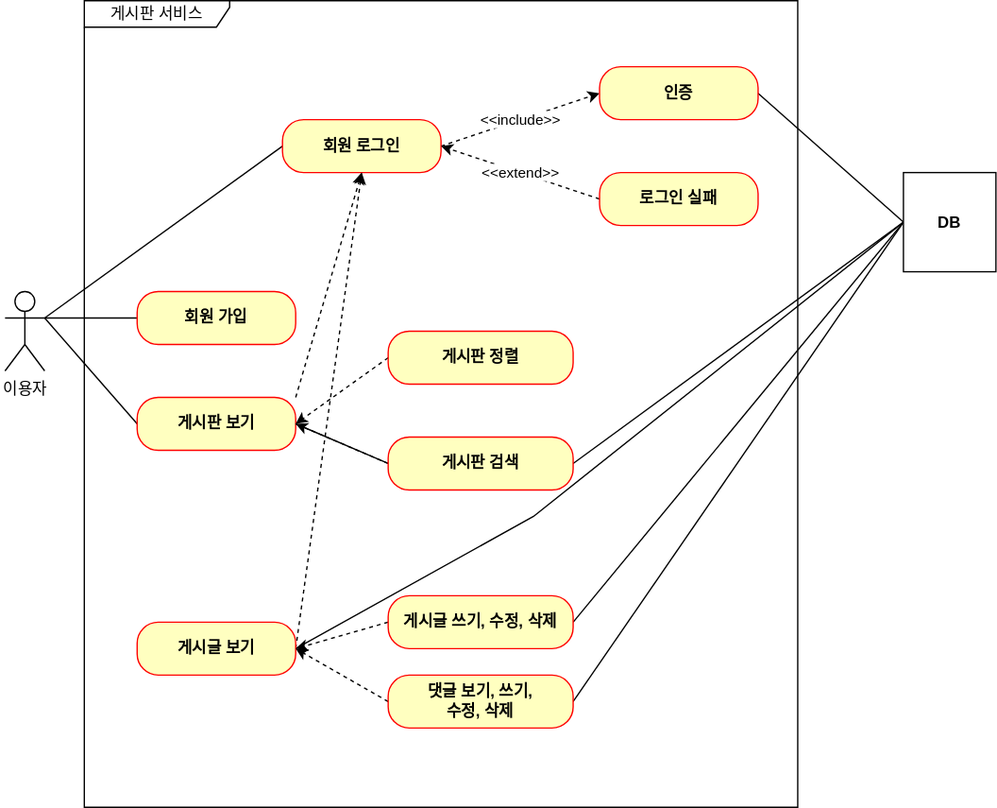
This is document/use-case.svg from NCookies/fastcampus-project-board, a draw.io export, as it was before one commit. Source tidied: cells renumbered, new cells last; positions are measured from the earlier drawing's top-left corner, leaving out a move shared by most shapes.
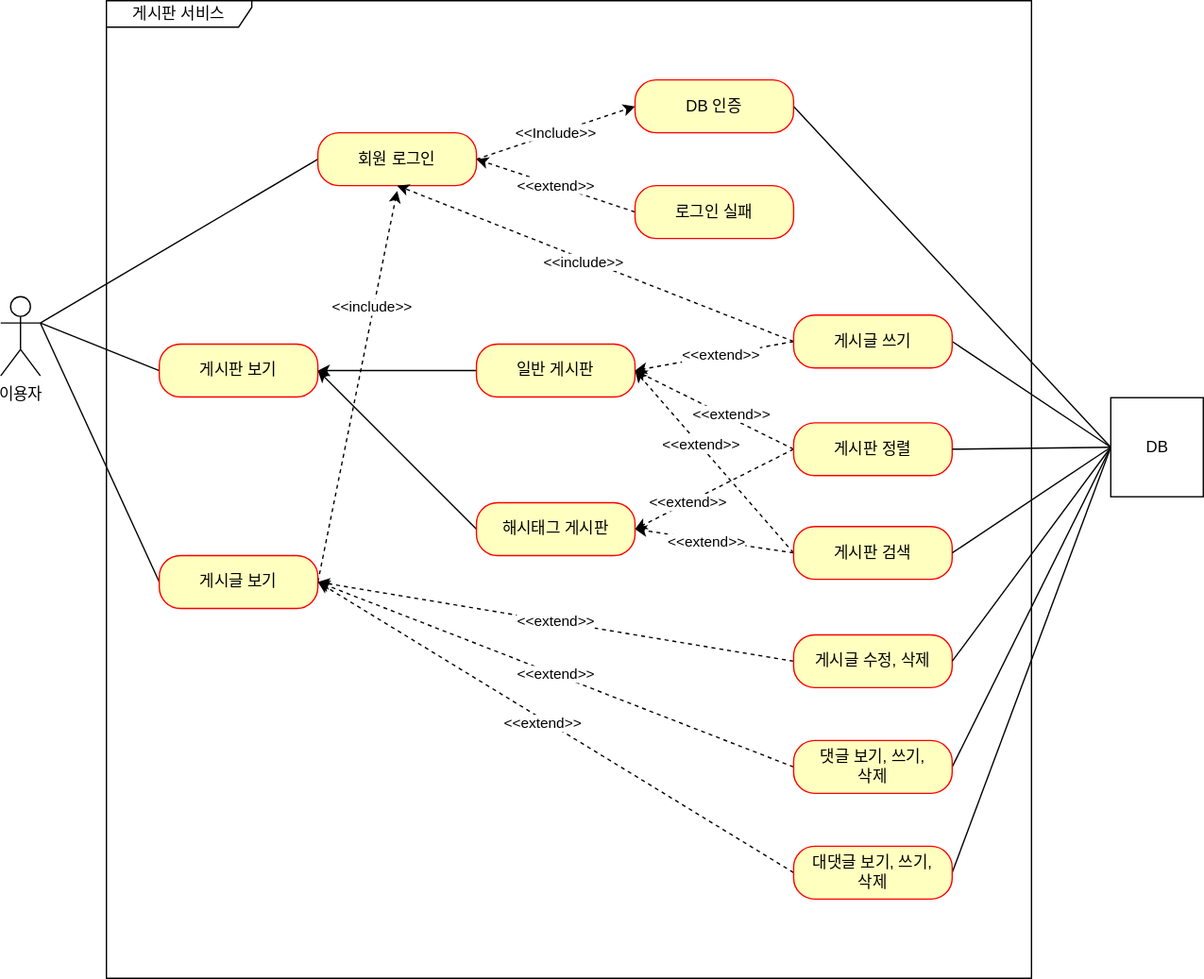
After the change.

Commit message:
#62 - use-case.svg: 현재 서비스 상황에 맞춰 업데이트

What changed in the source:
```diff
@@ -2,99 +2,165 @@
   <root>
     <mxCell id="0" />
     <mxCell id="1" parent="0" />
-    <mxCell id="2" value="이용자&lt;br&gt;" style="shape=umlActor;verticalLabelPosition=bottom;verticalAlign=top;html=1;" parent="1" vertex="1">
-      <mxGeometry y="220" width="30" height="60" as="geometry" />
+    <mxCell id="2" value="이용자" style="shape=umlActor;verticalLabelPosition=bottom;verticalAlign=top;html=1;" parent="1" vertex="1">
+      <mxGeometry y="1364" width="30" height="60" as="geometry" />
     </mxCell>
     <mxCell id="3" value="게시판 서비스" style="shape=umlFrame;whiteSpace=wrap;html=1;width=110;height=20;" parent="1" vertex="1">
-      <mxGeometry x="60" width="540" height="610" as="geometry" />
+      <mxGeometry x="80" y="1140" width="700" height="740" as="geometry" />
     </mxCell>
-    <mxCell id="4" style="rounded=0;jettySize=auto;html=1;entryX=1;entryY=0.3333333333333333;entryDx=0;entryDy=0;entryPerimeter=0;endArrow=none;endFill=0;" parent="1" edge="1" source="5" target="2">
-      <mxGeometry relative="1" as="geometry" />
-    </mxCell>
-    <mxCell id="5" value="회원 가입" style="rounded=1;whiteSpace=wrap;html=1;arcSize=40;fontColor=#000000;fillColor=#ffffc0;strokeColor=#ff0000;fontStyle=1;" parent="1" vertex="1">
-      <mxGeometry x="100" y="220" width="120" height="40" as="geometry" />
-    </mxCell>
+    <mxCell id="32" style="rounded=0;jettySize=auto;html=1;exitX=0;exitY=0.5;exitDx=0;exitDy=0;entryX=1;entryY=0.5;entryDx=0;entryDy=0;" parent="1" edge="1" source="33" target="9">
+      <mxGeometry relative="1" as="geometry" />
+    </mxCell>
+    <mxCell id="33" value="일반 게시판" style="rounded=1;whiteSpace=wrap;html=1;arcSize=40;fontColor=#000000;fillColor=#ffffc0;strokeColor=#ff0000;" parent="1" vertex="1">
+      <mxGeometry x="360" y="1400" width="120" height="40" as="geometry" />
+    </mxCell>
-    <mxCell id="6" style="rounded=0;jettySize=auto;html=1;exitX=0;exitY=0.5;exitDx=0;exitDy=0;entryX=1;entryY=0.3333333333333333;entryDx=0;entryDy=0;entryPerimeter=0;endArrow=none;endFill=0;" parent="1" edge="1" source="9" target="2">
+    <mxCell id="6" style="edgeStyle=none;rounded=0;jettySize=auto;html=1;exitX=0;exitY=0.5;exitDx=0;exitDy=0;entryX=1;entryY=0.3333333333333333;entryDx=0;entryDy=0;entryPerimeter=0;endArrow=none;endFill=0;" parent="1" edge="1" source="9" target="2">
       <mxGeometry relative="1" as="geometry" />
     </mxCell>
-    <mxCell id="7" style="rounded=0;jettySize=auto;html=1;exitX=1;exitY=0;exitDx=0;exitDy=0;entryX=0.5;entryY=1;entryDx=0;entryDy=0;dashed=1;" parent="1" edge="1" source="9" target="12">
-      <mxGeometry relative="1" as="geometry" />
-    </mxCell>
-    <mxCell id="8" style="rounded=0;jettySize=auto;html=1;exitX=1;exitY=0.5;exitDx=0;exitDy=0;entryX=0;entryY=0.5;entryDx=0;entryDy=0;endArrow=none;endFill=0;" parent="1" edge="1" source="31" target="29">
-      <mxGeometry relative="1" as="geometry" />
-    </mxCell>
-    <mxCell id="9" value="게시판 보기" style="rounded=1;whiteSpace=wrap;html=1;arcSize=40;fontColor=#000000;fillColor=#ffffc0;strokeColor=#ff0000;fontStyle=1;" parent="1" vertex="1">
-      <mxGeometry x="100" y="300" width="120" height="40" as="geometry" />
+    <mxCell id="9" value="게시판 보기" style="rounded=1;whiteSpace=wrap;html=1;arcSize=40;fontColor=#000000;fillColor=#ffffc0;strokeColor=#ff0000;" parent="1" vertex="1">
+      <mxGeometry x="120" y="1400" width="120" height="40" as="geometry" />
     </mxCell>
-    <mxCell id="10" style="rounded=0;jettySize=auto;html=1;exitX=0;exitY=0.5;exitDx=0;exitDy=0;entryX=1;entryY=0.3333333333333333;entryDx=0;entryDy=0;entryPerimeter=0;endArrow=none;endFill=0;" parent="1" edge="1" source="12" target="2">
-      <mxGeometry relative="1" as="geometry" />
-    </mxCell>
-    <mxCell id="11" value="&amp;lt;&amp;lt;include&amp;gt;&amp;gt;" style="rounded=0;jettySize=auto;html=1;exitX=1;exitY=0.5;exitDx=0;exitDy=0;entryX=0;entryY=0.5;entryDx=0;entryDy=0;dashed=1;" parent="1" edge="1" source="12" target="20">
-      <mxGeometry relative="1" as="geometry" />
-    </mxCell>
+    <mxCell id="34" style="edgeStyle=none;rounded=0;jettySize=auto;html=1;exitX=0;exitY=0.5;exitDx=0;exitDy=0;endArrow=none;endFill=0;" parent="1" edge="1" source="18">
+      <mxGeometry relative="1" as="geometry">
+        <mxPoint x="30" y="1384" as="targetPoint" />
+      </mxGeometry>
+    </mxCell>
+    <mxCell id="35" style="edgeStyle=none;rounded=0;jettySize=auto;html=1;exitX=1;exitY=0.5;exitDx=0;exitDy=0;dashed=1;endArrow=classic;endFill=1;" parent="1" edge="1" source="18">
+      <mxGeometry relative="1" as="geometry">
+        <mxPoint x="300" y="1284" as="targetPoint" />
+      </mxGeometry>
+    </mxCell>
+    <mxCell id="36" value="&amp;lt;&amp;lt;include&amp;gt;&amp;gt;" style="edgeLabel;html=1;align=center;verticalAlign=middle;" parent="35" vertex="1">
+      <mxGeometry x="0.41" y="2" relative="1" as="geometry" />
+    </mxCell>
+    <mxCell id="18" value="게시글 보기" style="rounded=1;whiteSpace=wrap;html=1;arcSize=40;fontColor=#000000;fillColor=#ffffc0;strokeColor=#ff0000;" parent="1" vertex="1">
+      <mxGeometry x="120" y="1560" width="120" height="40" as="geometry" />
+    </mxCell>
+    <mxCell id="37" style="edgeStyle=none;rounded=0;jettySize=auto;html=1;exitX=0;exitY=0.5;exitDx=0;exitDy=0;endArrow=none;endFill=0;" parent="1" edge="1" source="12">
+      <mxGeometry relative="1" as="geometry">
+        <mxPoint x="30" y="1384" as="targetPoint" />
+      </mxGeometry>
+    </mxCell>
+    <mxCell id="38" value="&amp;lt;&amp;lt;Include&amp;gt;&amp;gt;" style="rounded=0;jettySize=auto;html=1;exitX=1;exitY=0.5;exitDx=0;exitDy=0;entryX=0;entryY=0.5;entryDx=0;entryDy=0;dashed=1;" parent="1" edge="1" source="12" target="40">
+      <mxGeometry relative="1" as="geometry" />
+    </mxCell>
-    <mxCell id="12" value="회원 로그인" style="rounded=1;whiteSpace=wrap;html=1;arcSize=40;fontColor=#000000;fillColor=#ffffc0;strokeColor=#ff0000;fontStyle=1;" parent="1" vertex="1">
-      <mxGeometry x="210" y="90" width="120" height="40" as="geometry" />
+    <mxCell id="12" value="회원 로그인" style="rounded=1;whiteSpace=wrap;html=1;arcSize=40;fontColor=#000000;fillColor=#ffffc0;strokeColor=#ff0000;" parent="1" vertex="1">
+      <mxGeometry x="240" y="1240" width="120" height="40" as="geometry" />
     </mxCell>
-    <mxCell id="13" style="rounded=0;jettySize=auto;html=1;exitX=0;exitY=0.5;exitDx=0;exitDy=0;entryX=1;entryY=0.5;entryDx=0;entryDy=0;dashed=1;" parent="1" edge="1" source="14" target="9">
-      <mxGeometry relative="1" as="geometry" />
-    </mxCell>
-    <mxCell id="14" value="게시판 정렬" style="rounded=1;whiteSpace=wrap;html=1;arcSize=40;fontColor=#000000;fillColor=#ffffc0;strokeColor=#ff0000;fontStyle=1;" parent="1" vertex="1">
-      <mxGeometry x="290" y="250" width="140" height="40" as="geometry" />
-    </mxCell>
-    <mxCell id="15" style="rounded=0;jettySize=auto;html=1;exitX=0;exitY=0.5;exitDx=0;exitDy=0;entryX=1;entryY=0.5;entryDx=0;entryDy=0;dashed=1;" parent="1" edge="1" source="31" target="9">
-      <mxGeometry relative="1" as="geometry" />
-    </mxCell>
-    <mxCell id="16" style="rounded=0;jettySize=auto;html=1;exitX=1;exitY=0.5;exitDx=0;exitDy=0;entryX=0.5;entryY=1;entryDx=0;entryDy=0;dashed=1;" parent="1" edge="1" source="18" target="12">
-      <mxGeometry relative="1" as="geometry" />
-    </mxCell>
-    <mxCell id="17" style="rounded=0;jettySize=auto;html=1;exitX=1;exitY=0.5;exitDx=0;exitDy=0;entryX=0;entryY=0.5;entryDx=0;entryDy=0;endArrow=none;endFill=0;" parent="1" edge="1" source="18" target="29">
-      <mxGeometry relative="1" as="geometry">
-        <Array as="points">
-          <mxPoint x="400" y="390" />
-        </Array>
-      </mxGeometry>
-    </mxCell>
-    <mxCell id="18" value="게시글 보기" style="rounded=1;whiteSpace=wrap;html=1;arcSize=40;fontColor=#000000;fillColor=#ffffc0;strokeColor=#ff0000;fontStyle=1;" parent="1" vertex="1">
-      <mxGeometry x="100" y="470" width="120" height="40" as="geometry" />
-    </mxCell>
-    <mxCell id="19" style="rounded=0;jettySize=auto;html=1;exitX=1;exitY=0.5;exitDx=0;exitDy=0;entryX=0;entryY=0.5;entryDx=0;entryDy=0;endArrow=none;endFill=0;" parent="1" edge="1" source="20" target="29">
-      <mxGeometry relative="1" as="geometry" />
-    </mxCell>
-    <mxCell id="20" value="인증" style="rounded=1;whiteSpace=wrap;html=1;arcSize=40;fontColor=#000000;fillColor=#ffffc0;strokeColor=#ff0000;fontStyle=1;" parent="1" vertex="1">
-      <mxGeometry x="450" y="50" width="120" height="40" as="geometry" />
-    </mxCell>
+    <mxCell id="39" style="edgeStyle=none;rounded=0;jettySize=auto;html=1;exitX=1;exitY=0.5;exitDx=0;exitDy=0;entryX=0;entryY=0.5;entryDx=0;entryDy=0;endArrow=none;endFill=0;" parent="1" edge="1" source="40" target="29">
+      <mxGeometry relative="1" as="geometry" />
+    </mxCell>
+    <mxCell id="40" value="DB 인증" style="rounded=1;whiteSpace=wrap;html=1;arcSize=40;fontColor=#000000;fillColor=#ffffc0;strokeColor=#ff0000;" parent="1" vertex="1">
+      <mxGeometry x="480" y="1200" width="120" height="40" as="geometry" />
+    </mxCell>
-    <mxCell id="21" value="&amp;lt;&amp;lt;extend&amp;gt;&amp;gt;" style="rounded=0;jettySize=auto;html=1;exitX=0;exitY=0.5;exitDx=0;exitDy=0;entryX=1;entryY=0.5;entryDx=0;entryDy=0;dashed=1;" parent="1" edge="1" source="22" target="12">
+    <mxCell id="21" value="&amp;lt;&amp;lt;extend&amp;gt;&amp;gt;" style="edgeStyle=none;rounded=0;jettySize=auto;html=1;exitX=0;exitY=0.5;exitDx=0;exitDy=0;entryX=1;entryY=0.5;entryDx=0;entryDy=0;endArrow=classic;endFill=1;dashed=1;" parent="1" edge="1" source="22" target="12">
       <mxGeometry relative="1" as="geometry" />
     </mxCell>
-    <mxCell id="22" value="로그인 실패" style="rounded=1;whiteSpace=wrap;html=1;arcSize=40;fontColor=#000000;fillColor=#ffffc0;strokeColor=#ff0000;fontStyle=1;" parent="1" vertex="1">
-      <mxGeometry x="450" y="130" width="120" height="40" as="geometry" />
+    <mxCell id="22" value="로그인 실패" style="rounded=1;whiteSpace=wrap;html=1;arcSize=40;fontColor=#000000;fillColor=#ffffc0;strokeColor=#ff0000;" parent="1" vertex="1">
+      <mxGeometry x="480" y="1280" width="120" height="40" as="geometry" />
     </mxCell>
-    <mxCell id="23" style="rounded=0;jettySize=auto;html=1;exitX=0;exitY=0.5;exitDx=0;exitDy=0;dashed=1;entryX=1;entryY=0.5;entryDx=0;entryDy=0;" parent="1" edge="1" source="25" target="18">
-      <mxGeometry relative="1" as="geometry" />
-    </mxCell>
-    <mxCell id="24" style="rounded=0;jettySize=auto;html=1;exitX=1;exitY=0.5;exitDx=0;exitDy=0;entryX=0;entryY=0.5;entryDx=0;entryDy=0;endArrow=none;endFill=0;" parent="1" edge="1" source="25" target="29">
-      <mxGeometry relative="1" as="geometry" />
-    </mxCell>
-    <mxCell id="25" value="게시글 쓰기, 수정, 삭제" style="rounded=1;whiteSpace=wrap;html=1;arcSize=40;fontColor=#000000;fillColor=#ffffc0;strokeColor=#ff0000;fontStyle=1;" parent="1" vertex="1">
-      <mxGeometry x="290" y="450" width="140" height="40" as="geometry" />
-    </mxCell>
-    <mxCell id="26" style="rounded=0;jettySize=auto;html=1;exitX=0;exitY=0.5;exitDx=0;exitDy=0;entryX=1;entryY=0.5;entryDx=0;entryDy=0;dashed=1;" parent="1" edge="1" source="28" target="18">
-      <mxGeometry relative="1" as="geometry" />
-    </mxCell>
-    <mxCell id="27" style="rounded=0;jettySize=auto;html=1;exitX=1;exitY=0.5;exitDx=0;exitDy=0;entryX=0;entryY=0.5;entryDx=0;entryDy=0;endArrow=none;endFill=0;" parent="1" edge="1" source="28" target="29">
-      <mxGeometry relative="1" as="geometry" />
-    </mxCell>
-    <mxCell id="28" value="댓글 보기, 쓰기,&lt;br&gt;수정, 삭제" style="rounded=1;whiteSpace=wrap;html=1;arcSize=40;fontColor=#000000;fillColor=#ffffc0;strokeColor=#ff0000;fontStyle=1;" parent="1" vertex="1">
-      <mxGeometry x="290" y="510" width="140" height="40" as="geometry" />
-    </mxCell>
+    <mxCell id="41" style="edgeStyle=none;rounded=0;jettySize=auto;html=1;exitX=0;exitY=0.5;exitDx=0;exitDy=0;entryX=1;entryY=0.5;entryDx=0;entryDy=0;dashed=1;endArrow=classic;endFill=1;" parent="1" edge="1" source="14" target="33">
+      <mxGeometry relative="1" as="geometry" />
+    </mxCell>
+    <mxCell id="42" value="&amp;lt;&amp;lt;extend&amp;gt;&amp;gt;" style="edgeLabel;html=1;align=center;verticalAlign=middle;" parent="41" vertex="1">
+      <mxGeometry x="-0.18" y="-3" relative="1" as="geometry" />
+    </mxCell>
+    <mxCell id="43" style="edgeStyle=none;rounded=0;jettySize=auto;html=1;exitX=0;exitY=0.5;exitDx=0;exitDy=0;entryX=1;entryY=0.5;entryDx=0;entryDy=0;dashed=1;" parent="1" edge="1" source="14" target="60">
+      <mxGeometry relative="1" as="geometry" />
+    </mxCell>
+    <mxCell id="44" value="&amp;lt;&amp;lt;extend&amp;gt;&amp;gt;" style="edgeLabel;html=1;align=center;verticalAlign=middle;" parent="43" vertex="1">
+      <mxGeometry x="0.33" relative="1" as="geometry">
+        <mxPoint x="-1" as="offset" />
+      </mxGeometry>
+    </mxCell>
+    <mxCell id="14" value="게시판 정렬" style="rounded=1;whiteSpace=wrap;html=1;arcSize=40;fontColor=#000000;fillColor=#ffffc0;strokeColor=#ff0000;" parent="1" vertex="1">
+      <mxGeometry x="600" y="1459.5" width="120" height="40" as="geometry" />
+    </mxCell>
+    <mxCell id="45" style="edgeStyle=none;rounded=0;jettySize=auto;html=1;exitX=0;exitY=0.5;exitDx=0;exitDy=0;dashed=1;endArrow=classic;endFill=1;entryX=1;entryY=0.5;entryDx=0;entryDy=0;" parent="1" edge="1" source="31" target="33">
+      <mxGeometry relative="1" as="geometry" />
+    </mxCell>
+    <mxCell id="46" value="&amp;lt;&amp;lt;extend&amp;gt;&amp;gt;" style="edgeLabel;html=1;align=center;verticalAlign=middle;" parent="45" vertex="1">
+      <mxGeometry x="0.18" y="-1" relative="1" as="geometry" />
+    </mxCell>
+    <mxCell id="47" style="edgeStyle=none;rounded=0;jettySize=auto;html=1;exitX=0;exitY=0.5;exitDx=0;exitDy=0;entryX=1;entryY=0.5;entryDx=0;entryDy=0;dashed=1;" parent="1" edge="1" source="31" target="60">
+      <mxGeometry relative="1" as="geometry" />
+    </mxCell>
+    <mxCell id="48" value="&amp;lt;&amp;lt;extend&amp;gt;&amp;gt;" style="edgeLabel;html=1;align=center;verticalAlign=middle;" parent="47" vertex="1">
+      <mxGeometry x="0.11" y="2" relative="1" as="geometry">
+        <mxPoint x="1" as="offset" />
+      </mxGeometry>
+    </mxCell>
+    <mxCell id="31" value="게시판 검색" style="rounded=1;whiteSpace=wrap;html=1;arcSize=40;fontColor=#000000;fillColor=#ffffc0;strokeColor=#ff0000;" parent="1" vertex="1">
+      <mxGeometry x="600" y="1538" width="120" height="40" as="geometry" />
+    </mxCell>
+    <mxCell id="49" value="&amp;lt;&amp;lt;extend&amp;gt;&amp;gt;" style="edgeStyle=none;rounded=0;jettySize=auto;html=1;exitX=0;exitY=0.5;exitDx=0;exitDy=0;entryX=1;entryY=0.5;entryDx=0;entryDy=0;dashed=1;endArrow=classic;endFill=1;" parent="1" edge="1" source="50" target="18">
+      <mxGeometry relative="1" as="geometry" />
+    </mxCell>
+    <mxCell id="50" value="게시글 수정, 삭제" style="rounded=1;whiteSpace=wrap;html=1;arcSize=40;fontColor=#000000;fillColor=#ffffc0;strokeColor=#ff0000;" parent="1" vertex="1">
+      <mxGeometry x="600" y="1620" width="120" height="40" as="geometry" />
+    </mxCell>
+    <mxCell id="51" style="edgeStyle=none;rounded=0;jettySize=auto;html=1;exitX=0;exitY=0.5;exitDx=0;exitDy=0;dashed=1;endArrow=classic;endFill=1;entryX=1;entryY=0.5;entryDx=0;entryDy=0;" parent="1" edge="1" source="54" target="18">
+      <mxGeometry relative="1" as="geometry" />
+    </mxCell>
+    <mxCell id="52" value="&amp;lt;&amp;lt;extend&amp;gt;&amp;gt;" style="edgeLabel;html=1;align=center;verticalAlign=middle;" parent="51" vertex="1">
+      <mxGeometry x="0.01" relative="1" as="geometry" />
+    </mxCell>
+    <mxCell id="53" style="edgeStyle=none;rounded=0;jettySize=auto;html=1;exitX=1;exitY=0.5;exitDx=0;exitDy=0;endArrow=none;endFill=0;entryX=0;entryY=0.5;entryDx=0;entryDy=0;" parent="1" edge="1" source="54" target="29">
+      <mxGeometry relative="1" as="geometry" />
+    </mxCell>
+    <mxCell id="54" value="댓글 보기, 쓰기,&lt;br&gt;삭제" style="rounded=1;whiteSpace=wrap;html=1;arcSize=40;fontColor=#000000;fillColor=#ffffc0;strokeColor=#ff0000;" parent="1" vertex="1">
+      <mxGeometry x="600" y="1700" width="120" height="40" as="geometry" />
+    </mxCell>
+    <mxCell id="55" style="edgeStyle=none;rounded=0;jettySize=auto;html=1;exitX=0;exitY=0.5;exitDx=0;exitDy=0;entryX=1;entryY=0.5;entryDx=0;entryDy=0;endArrow=none;endFill=0;" parent="1" edge="1" source="29" target="50">
+      <mxGeometry relative="1" as="geometry" />
+    </mxCell>
+    <mxCell id="56" style="edgeStyle=none;rounded=0;jettySize=auto;html=1;exitX=0;exitY=0.5;exitDx=0;exitDy=0;entryX=1;entryY=0.5;entryDx=0;entryDy=0;endArrow=none;endFill=0;" parent="1" edge="1" source="29" target="31">
+      <mxGeometry relative="1" as="geometry" />
+    </mxCell>
+    <mxCell id="57" style="edgeStyle=none;rounded=0;jettySize=auto;html=1;exitX=0;exitY=0.5;exitDx=0;exitDy=0;entryX=1;entryY=0.5;entryDx=0;entryDy=0;endArrow=none;endFill=0;" parent="1" edge="1" source="29" target="14">
+      <mxGeometry relative="1" as="geometry" />
+    </mxCell>
+    <mxCell id="58" style="edgeStyle=none;rounded=0;jettySize=auto;html=1;exitX=0;exitY=0.5;exitDx=0;exitDy=0;entryX=1;entryY=0.5;entryDx=0;entryDy=0;endArrow=none;endFill=0;" parent="1" edge="1" source="29" target="66">
+      <mxGeometry relative="1" as="geometry" />
+    </mxCell>
-    <mxCell id="29" value="DB" style="html=1;whiteSpace=wrap;fontStyle=1;" parent="1" vertex="1">
-      <mxGeometry x="680" y="130" width="70" height="75" as="geometry" />
+    <mxCell id="29" value="DB" style="html=1;" parent="1" vertex="1">
+      <mxGeometry x="840" y="1440.5" width="70" height="75" as="geometry" />
     </mxCell>
-    <mxCell id="30" style="rounded=0;jettySize=auto;html=1;exitX=1;exitY=0.5;exitDx=0;exitDy=0;entryX=0;entryY=0.5;entryDx=0;entryDy=0;endArrow=none;endFill=0;" parent="1" edge="1" source="9" target="31">
-      <mxGeometry relative="1" as="geometry" />
-    </mxCell>
-    <mxCell id="31" value="게시판 검색" style="rounded=1;whiteSpace=wrap;html=1;arcSize=40;fontColor=#000000;fillColor=#ffffc0;strokeColor=#ff0000;fontStyle=1;" parent="1" vertex="1">
-      <mxGeometry x="290" y="330" width="140" height="40" as="geometry" />
-    </mxCell>
+    <mxCell id="59" style="jettySize=auto;html=1;exitX=0;exitY=0.5;exitDx=0;exitDy=0;entryX=1;entryY=0.5;entryDx=0;entryDy=0;rounded=0;" parent="1" edge="1" source="60" target="9">
+      <mxGeometry relative="1" as="geometry" />
+    </mxCell>
+    <mxCell id="60" value="해시태그 게시판" style="rounded=1;whiteSpace=wrap;html=1;arcSize=40;fontColor=#000000;fillColor=#ffffc0;strokeColor=#ff0000;" parent="1" vertex="1">
+      <mxGeometry x="360" y="1520" width="120" height="40" as="geometry" />
+    </mxCell>
+    <mxCell id="61" style="edgeStyle=none;rounded=0;orthogonalLoop=1;jettySize=auto;html=1;exitX=0;exitY=0.5;exitDx=0;exitDy=0;" parent="1" edge="1" source="31" target="31">
+      <mxGeometry relative="1" as="geometry" />
+    </mxCell>
+    <mxCell id="62" style="edgeStyle=none;rounded=0;jettySize=auto;html=1;exitX=0;exitY=0.5;exitDx=0;exitDy=0;entryX=1;entryY=0.5;entryDx=0;entryDy=0;dashed=1;" parent="1" edge="1" source="66" target="33">
+      <mxGeometry relative="1" as="geometry" />
+    </mxCell>
+    <mxCell id="63" value="&amp;lt;&amp;lt;extend&amp;gt;&amp;gt;" style="edgeLabel;html=1;align=center;verticalAlign=middle;" parent="62" vertex="1">
+      <mxGeometry x="-0.09" y="-1" relative="1" as="geometry" />
+    </mxCell>
+    <mxCell id="64" style="edgeStyle=none;rounded=0;jettySize=auto;html=1;exitX=0;exitY=0.5;exitDx=0;exitDy=0;entryX=0.5;entryY=1;entryDx=0;entryDy=0;endArrow=classic;endFill=1;dashed=1;" parent="1" edge="1" source="66" target="12">
+      <mxGeometry relative="1" as="geometry" />
+    </mxCell>
+    <mxCell id="65" value="&amp;lt;&amp;lt;include&amp;gt;&amp;gt;" style="edgeLabel;html=1;align=center;verticalAlign=middle;" parent="64" vertex="1">
+      <mxGeometry x="0.06" y="2" relative="1" as="geometry" />
+    </mxCell>
+    <mxCell id="66" value="게시글 쓰기" style="rounded=1;whiteSpace=wrap;html=1;arcSize=40;fontColor=#000000;fillColor=#ffffc0;strokeColor=#ff0000;" parent="1" vertex="1">
+      <mxGeometry x="600" y="1378" width="120" height="40" as="geometry" />
+    </mxCell>
+    <mxCell id="67" style="edgeStyle=none;rounded=0;jettySize=auto;html=1;exitX=0;exitY=0.5;exitDx=0;exitDy=0;entryX=1;entryY=0.5;entryDx=0;entryDy=0;endArrow=classic;endFill=1;dashed=1;" parent="1" edge="1" source="70" target="18">
+      <mxGeometry relative="1" as="geometry" />
+    </mxCell>
+    <mxCell id="68" value="&amp;lt;&amp;lt;extend&amp;gt;&amp;gt;" style="edgeLabel;html=1;align=center;verticalAlign=middle;" parent="67" vertex="1">
+      <mxGeometry x="0.05" y="3" relative="1" as="geometry" />
+    </mxCell>
+    <mxCell id="69" style="edgeStyle=none;rounded=0;jettySize=auto;html=1;exitX=1;exitY=0.5;exitDx=0;exitDy=0;entryX=0;entryY=0.5;entryDx=0;entryDy=0;endArrow=none;endFill=0;" parent="1" edge="1" source="70" target="29">
+      <mxGeometry relative="1" as="geometry" />
+    </mxCell>
+    <mxCell id="70" value="대댓글 보기, 쓰기,&lt;br&gt;삭제" style="rounded=1;whiteSpace=wrap;html=1;arcSize=40;fontColor=#000000;fillColor=#ffffc0;strokeColor=#ff0000;" parent="1" vertex="1">
+      <mxGeometry x="600" y="1780" width="120" height="40" as="geometry" />
+    </mxCell>
   </root>
 </mxGraphModel>
```
